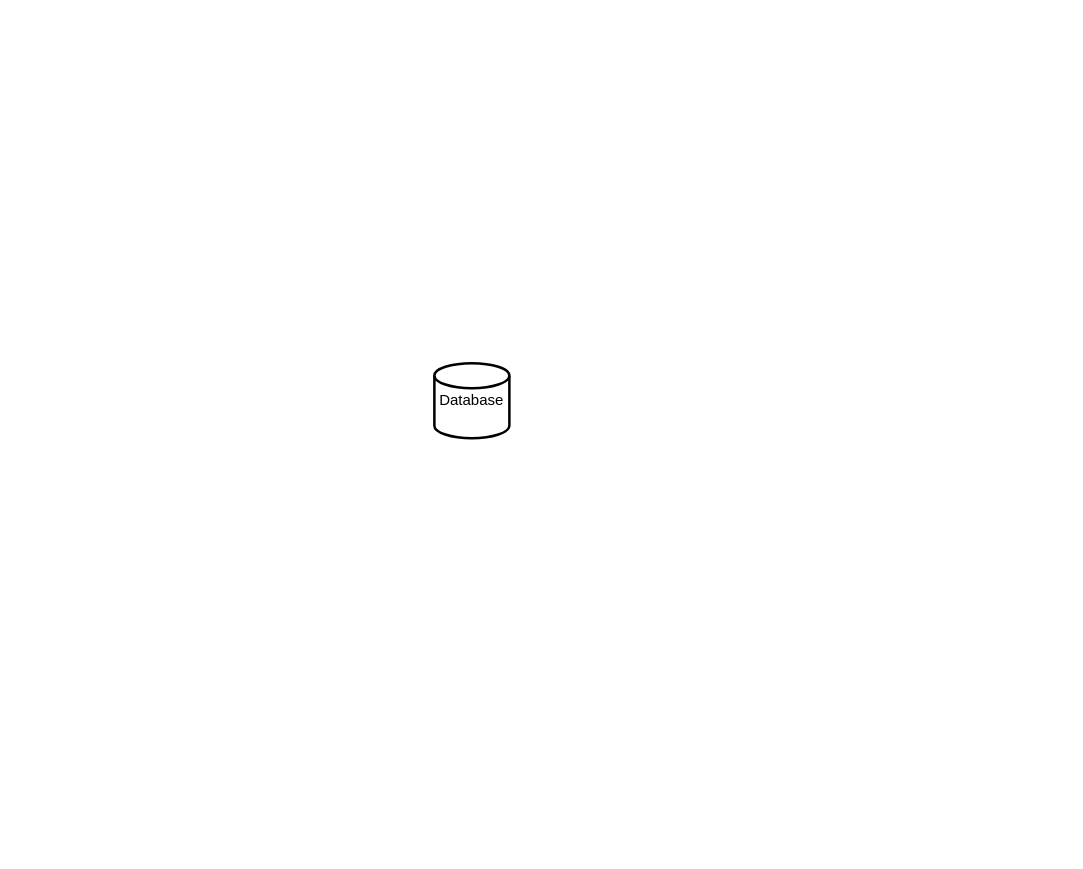
dav1dwd/CS6400 keeps this draw.io diagram as phase1IFD.drawio. Above is the earlier version. Source tidied: cells renumbered, new cells numbered last; positions are measured from the earlier drawing's top-left corner, leaving out a move shared by most shapes. Both pictures are drawn from the tidied source at 125%, with x=0, y=0 at pixel (434, 362).
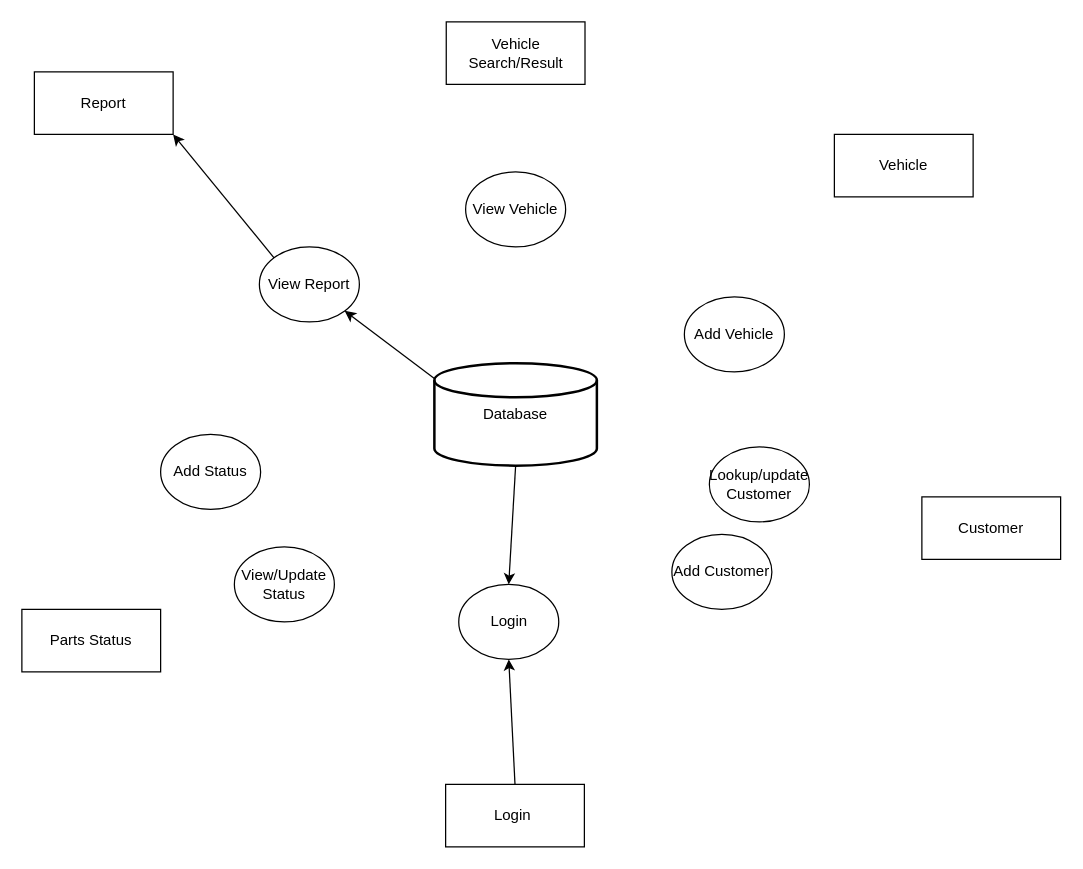
The same page after the edit.

Change to the diagram source:
```diff
@@
     <mxCell id="2" value="Database" style="strokeWidth=2;html=1;shape=mxgraph.flowchart.database;whiteSpace=wrap;" parent="1" vertex="1">
-      <mxGeometry width="60" height="60" as="geometry" />
+      <mxGeometry width="130" height="82" as="geometry" />
     </mxCell>
+    <mxCell id="3" value="Login&amp;nbsp;" style="rounded=0;whiteSpace=wrap;html=1;" parent="1" vertex="1">
+      <mxGeometry x="9" y="337" width="111" height="50" as="geometry" />
+    </mxCell>
+    <mxCell id="4" style="endArrow=classic;html=1;rounded=0;exitX=0.5;exitY=0;exitDx=0;exitDy=0;entryX=0.5;entryY=1;entryDx=0;entryDy=0;fontSize=12;fillColor=default;" parent="1" edge="1" source="3" target="7">
+      <mxGeometry relative="1" as="geometry" />
+    </mxCell>
+    <mxCell id="5" style="endArrow=classic;html=1;rounded=0;exitX=0.5;exitY=1;exitDx=0;exitDy=0;exitPerimeter=0;fontSize=12;fillColor=default;entryX=0.5;entryY=0;entryDx=0;entryDy=0;" parent="1" edge="1" source="2" target="7">
+      <mxGeometry relative="1" as="geometry" />
+    </mxCell>
+    <mxCell id="6" value="View/Update Status" style="ellipse;whiteSpace=wrap;html=1;" parent="1" vertex="1">
+      <mxGeometry x="-160" y="147" width="80" height="60" as="geometry" />
+    </mxCell>
+    <mxCell id="7" value="Login&lt;br&gt;" style="ellipse;whiteSpace=wrap;html=1;" parent="1" vertex="1">
+      <mxGeometry x="19.5" y="177" width="80" height="60" as="geometry" />
+    </mxCell>
+    <mxCell id="8" value="Add Status" style="ellipse;whiteSpace=wrap;html=1;" parent="1" vertex="1">
+      <mxGeometry x="-219" y="57" width="80" height="60" as="geometry" />
+    </mxCell>
+    <mxCell id="9" value="View Report" style="ellipse;whiteSpace=wrap;html=1;" parent="1" vertex="1">
+      <mxGeometry x="-140" y="-93" width="80" height="60" as="geometry" />
+    </mxCell>
+    <mxCell id="10" value="Add Vehicle" style="ellipse;whiteSpace=wrap;html=1;" parent="1" vertex="1">
+      <mxGeometry x="200" y="-53" width="80" height="60" as="geometry" />
+    </mxCell>
+    <mxCell id="11" value="Vehicle Search/Result" style="rounded=0;whiteSpace=wrap;html=1;" parent="1" vertex="1">
+      <mxGeometry x="9.5" y="-273" width="111" height="50" as="geometry" />
+    </mxCell>
+    <mxCell id="12" value="Vehicle" style="rounded=0;whiteSpace=wrap;html=1;" parent="1" vertex="1">
+      <mxGeometry x="320" y="-183" width="111" height="50" as="geometry" />
+    </mxCell>
+    <mxCell id="13" value="Customer" style="rounded=0;whiteSpace=wrap;html=1;" parent="1" vertex="1">
+      <mxGeometry x="390" y="107" width="111" height="50" as="geometry" />
+    </mxCell>
+    <mxCell id="14" value="Parts Status" style="rounded=0;whiteSpace=wrap;html=1;" parent="1" vertex="1">
+      <mxGeometry x="-330" y="197" width="111" height="50" as="geometry" />
+    </mxCell>
+    <mxCell id="15" value="Report" style="rounded=0;whiteSpace=wrap;html=1;" parent="1" vertex="1">
+      <mxGeometry x="-320" y="-233" width="111" height="50" as="geometry" />
+    </mxCell>
+    <mxCell id="16" style="endArrow=classic;html=1;rounded=0;entryX=1;entryY=1;entryDx=0;entryDy=0;exitX=0;exitY=0;exitDx=0;exitDy=0;" parent="1" edge="1" source="9" target="15">
+      <mxGeometry relative="1" as="geometry" />
+    </mxCell>
+    <mxCell id="17" style="endArrow=classic;html=1;rounded=0;entryX=1;entryY=1;entryDx=0;entryDy=0;exitX=0;exitY=0.15;exitDx=0;exitDy=0;exitPerimeter=0;" parent="1" edge="1" source="2" target="9">
+      <mxGeometry relative="1" as="geometry" />
+    </mxCell>
+    <mxCell id="18" value="Lookup/update Customer" style="ellipse;whiteSpace=wrap;html=1;" parent="1" vertex="1">
+      <mxGeometry x="220" y="67" width="80" height="60" as="geometry" />
+    </mxCell>
+    <mxCell id="19" value="Add Customer" style="ellipse;whiteSpace=wrap;html=1;" parent="1" vertex="1">
+      <mxGeometry x="190" y="137" width="80" height="60" as="geometry" />
+    </mxCell>
+    <mxCell id="20" value="View Vehicle" style="ellipse;whiteSpace=wrap;html=1;" parent="1" vertex="1">
+      <mxGeometry x="25" y="-153" width="80" height="60" as="geometry" />
+    </mxCell>
```
